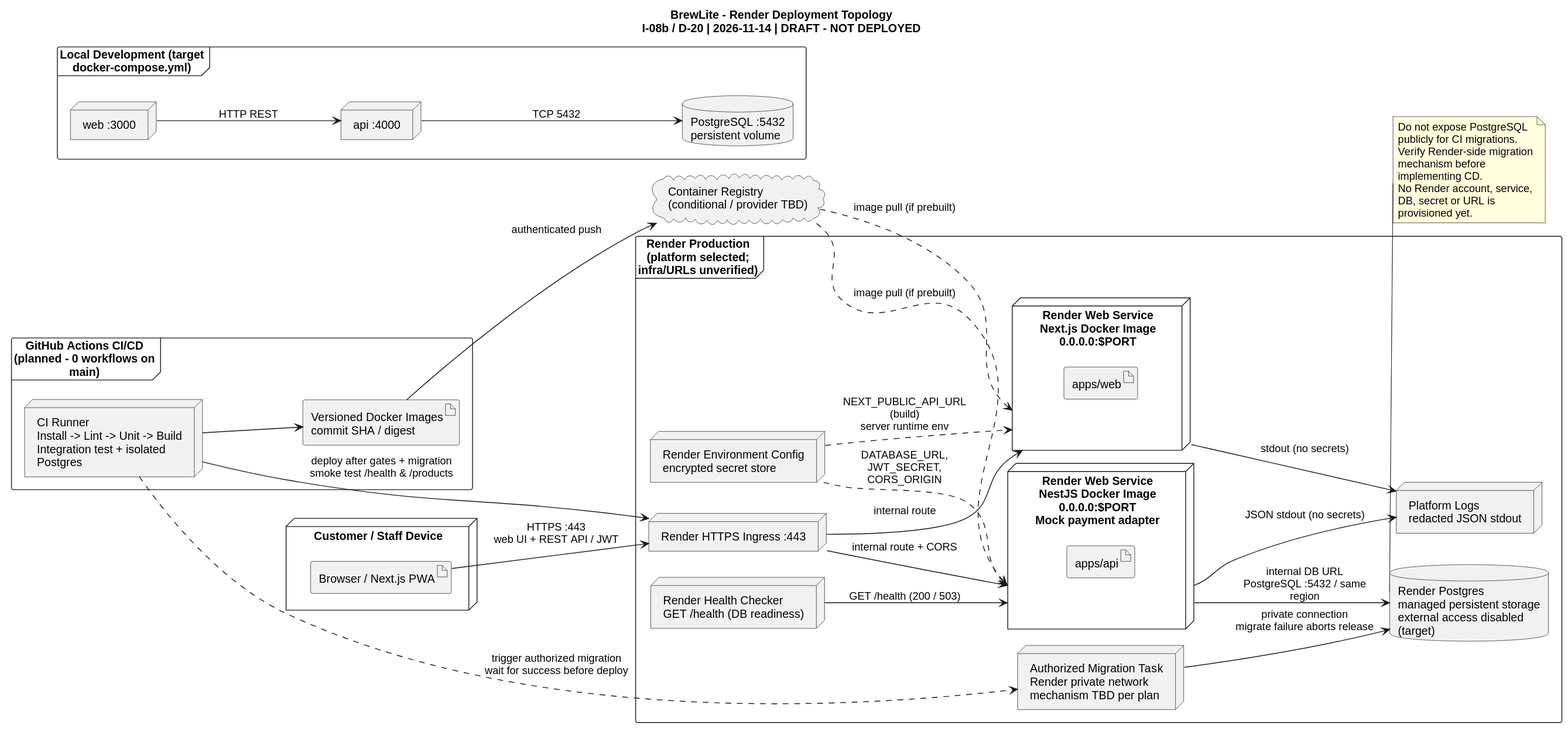
Above: docs/diagrams/deployment-render.svg in nhattranhuynhthien/BrewLite_Assignment_2 (PlantUML), before the change.
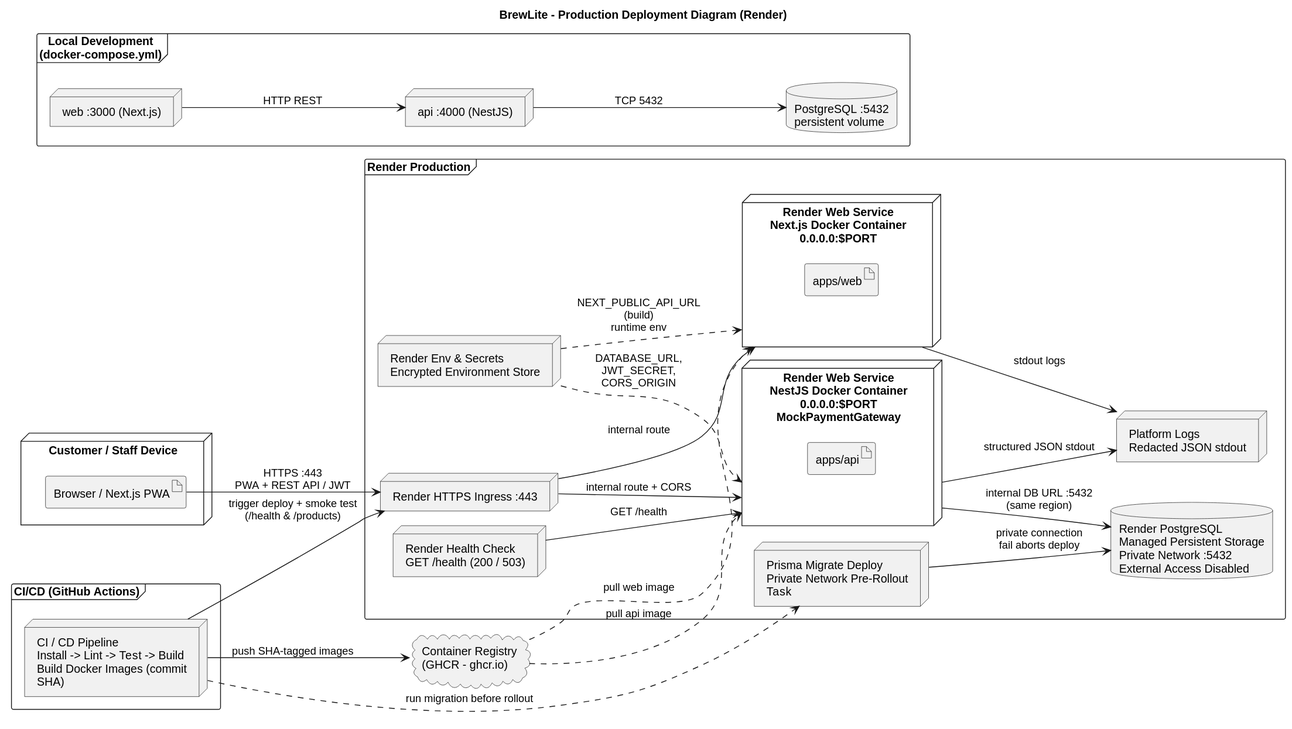
After the commit.

Commit message:
docs(tv1): keep Task 3.1/3.2 deliverables clean without audit notes

The edit, as a diff of the source:
```diff
@@ -1,66 +1,58 @@
 @startuml
 !pragma layout smetana
-title BrewLite - Render Deployment Topology\nI-08b / D-20 | 2026-11-14 | DRAFT - NOT DEPLOYED
+title BrewLite - Production Deployment Diagram (Render)
 left to right direction
 skinparam shadowing false
-skinparam wrapWidth 185
+skinparam wrapWidth 190
 skinparam defaultFontName Arial
 
 node "Customer / Staff Device" as device {
   artifact "Browser / Next.js PWA" as browser
 }
 
-frame "Local Development (target docker-compose.yml)" {
-  node "web :3000" as localweb
-  node "api :4000" as localapi
+frame "Local Development (docker-compose.yml)" {
+  node "web :3000 (Next.js)" as localweb
+  node "api :4000 (NestJS)" as localapi
   database "PostgreSQL :5432\npersistent volume" as localdb
   localweb --> localapi : HTTP REST
   localapi --> localdb : TCP 5432
 }
 
-frame "GitHub Actions CI/CD (planned - 0 workflows on main)" {
-  node "CI Runner\nInstall -> Lint -> Unit -> Build\nIntegration test + isolated Postgres" as ci
-  artifact "Versioned Docker Images\ncommit SHA / digest" as images
-  ci --> images
+frame "CI/CD (GitHub Actions)" {
+  node "CI / CD Pipeline\nInstall -> Lint -> Test -> Build\nBuild Docker Images (commit SHA)" as ci
 }
 
-cloud "Container Registry\n(conditional / provider TBD)" as registry
-images --> registry : authenticated push
+cloud "Container Registry\n(GHCR - ghcr.io)" as registry
+ci --> registry : push SHA-tagged images
 
-frame "Render Production (platform selected; infra/URLs unverified)" {
+frame "Render Production" {
   node "Render HTTPS Ingress :443" as ingress
-  node "Render Web Service\nNext.js Docker Image\n0.0.0.0:$PORT" as web {
+  node "Render Web Service\nNext.js Docker Container\n0.0.0.0:$PORT" as web {
     artifact "apps/web" as webcode
   }
-  node "Render Web Service\nNestJS Docker Image\n0.0.0.0:$PORT\nMock payment adapter" as api {
+  node "Render Web Service\nNestJS Docker Container\n0.0.0.0:$PORT\nMockPaymentGateway" as api {
     artifact "apps/api" as apicode
   }
-  database "Render Postgres\nmanaged persistent storage\nexternal access disabled (target)" as db
-  node "Render Environment Config\nencrypted secret store" as secrets
-  node "Render Health Checker\nGET /health (DB readiness)" as health
-  node "Platform Logs\nredacted JSON stdout" as logs
-  node "Authorized Migration Task\nRender private network\nmechanism TBD per plan" as migration
+  database "Render PostgreSQL\nManaged Persistent Storage\nPrivate Network :5432\nExternal Access Disabled" as db
+  node "Render Env & Secrets\nEncrypted Environment Store" as secrets
+  node "Render Health Check\nGET /health (200 / 503)" as health
+  node "Platform Logs\nRedacted JSON stdout" as logs
+  node "Prisma Migrate Deploy\nPrivate Network Pre-Rollout Task" as migration
 
   ingress --> web : internal route
   ingress --> api : internal route + CORS
-  api --> db : internal DB URL\nPostgreSQL :5432 / same region
-  secrets ..> web : NEXT_PUBLIC_API_URL (build)\nserver runtime env
+  api --> db : internal DB URL :5432\n(same region)
+  secrets ..> web : NEXT_PUBLIC_API_URL (build)\nruntime env
   secrets ..> api : DATABASE_URL, JWT_SECRET,\nCORS_ORIGIN
-  health --> api : GET /health (200 / 503)
-  api --> logs : JSON stdout (no secrets)
-  web --> logs : stdout (no secrets)
-  migration --> db : private connection\nmigrate failure aborts release
+  health --> api : GET /health
+  api --> logs : structured JSON stdout
+  web --> logs : stdout logs
+  migration --> db : private connection\nfail aborts deploy
 }
 
-browser --> ingress : HTTPS :443\nweb UI + REST API / JWT
-registry ..> web : image pull (if prebuilt)
-registry ..> api : image pull (if prebuilt)
-ci ..> migration : trigger authorized migration\nwait for success before deploy
-ci --> ingress : deploy after gates + migration\nsmoke test /health & /products
-
-note bottom of db
-  Do not expose PostgreSQL publicly for CI migrations.
-  Verify Render-side migration mechanism before implementing CD.
-  No Render account, service, DB, secret or URL is provisioned yet.
-end note
+browser --> ingress : HTTPS :443\nPWA + REST API / JWT
+registry ..> web : pull web image
+registry ..> api : pull api image
+ci ..> migration : run migration before rollout
+ci --> ingress : trigger deploy + smoke test\n(/health & /products)
 @enduml
```
